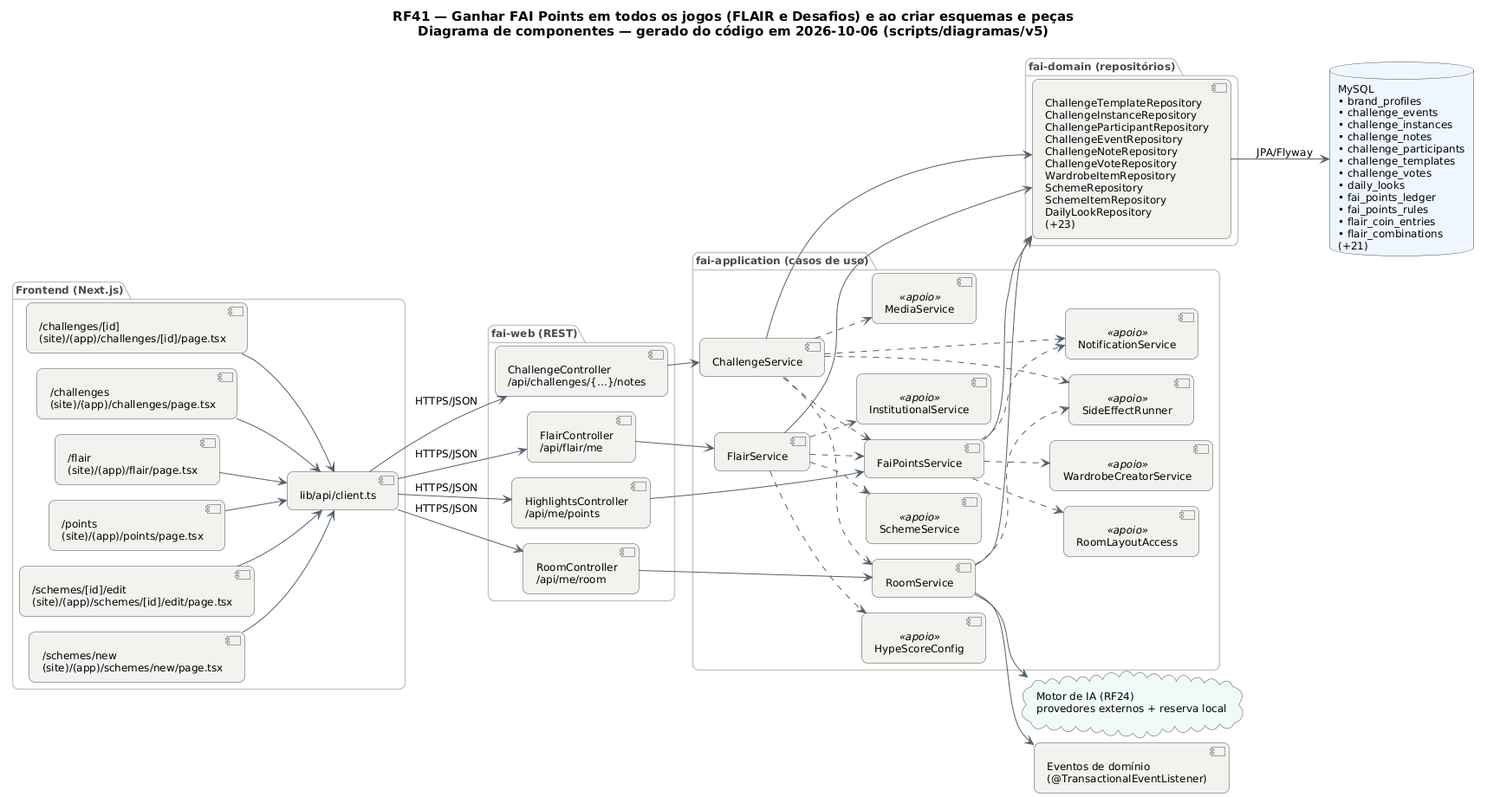
Above: docs/diagramas/RF41/RF41_Componentes.png in MatheusHaliski/tcc-2026-fashion-ai-backend (PlantUML), before the change.
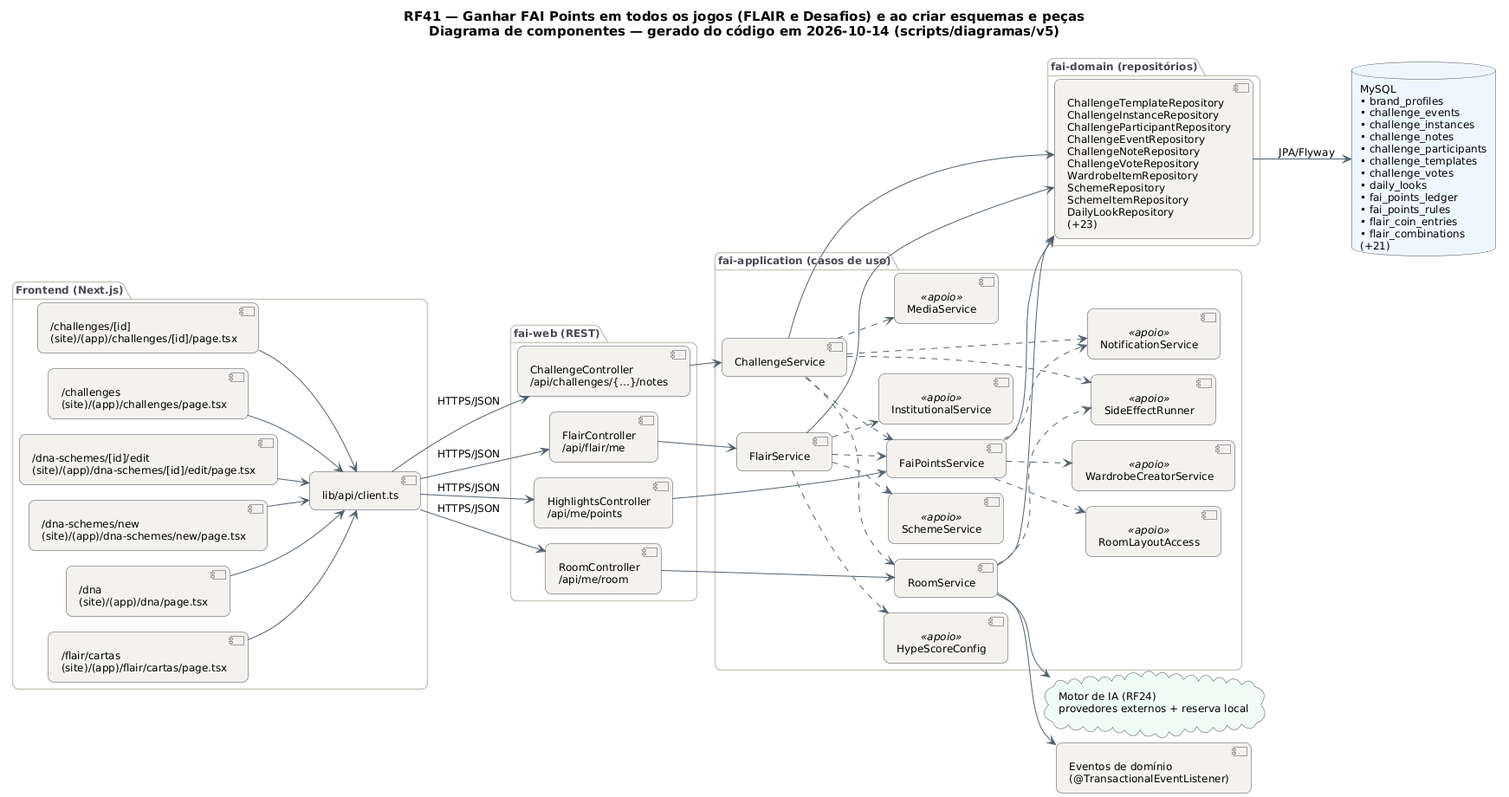
Above is the later version.

What changed in the source:
```diff
@@ -29,15 +29,15 @@
   BorderColor #4A4852
 }
 left to right direction
-title RF41 — Ganhar FAI Points em todos os jogos (FLAIR e Desafios) e ao criar esquemas e peças\nDiagrama de componentes — gerado do código em 2026-10-06 (scripts/diagramas/v5)
+title RF41 — Ganhar FAI Points em todos os jogos (FLAIR e Desafios) e ao criar esquemas e peças\nDiagrama de componentes — gerado do código em 2026-10-14 (scripts/diagramas/v5)
 
 package "Frontend (Next.js)" {
   component "/challenges/[id]\n(site)/(app)/challenges/[id]/page.tsx" as FE0
   component "/challenges\n(site)/(app)/challenges/page.tsx" as FE1
-  component "/flair\n(site)/(app)/flair/page.tsx" as FE2
-  component "/points\n(site)/(app)/points/page.tsx" as FE3
-  component "/schemes/[id]/edit\n(site)/(app)/schemes/[id]/edit/page.tsx" as FE4
-  component "/schemes/new\n(site)/(app)/schemes/new/page.tsx" as FE5
+  component "/dna-schemes/[id]/edit\n(site)/(app)/dna-schemes/[id]/edit/page.tsx" as FE2
+  component "/dna-schemes/new\n(site)/(app)/dna-schemes/new/page.tsx" as FE3
+  component "/dna\n(site)/(app)/dna/page.tsx" as FE4
+  component "/flair/cartas\n(site)/(app)/flair/cartas/page.tsx" as FE5
   component "lib/api/client.ts" as APIC
 }
 package "fai-web (REST)" {
```
